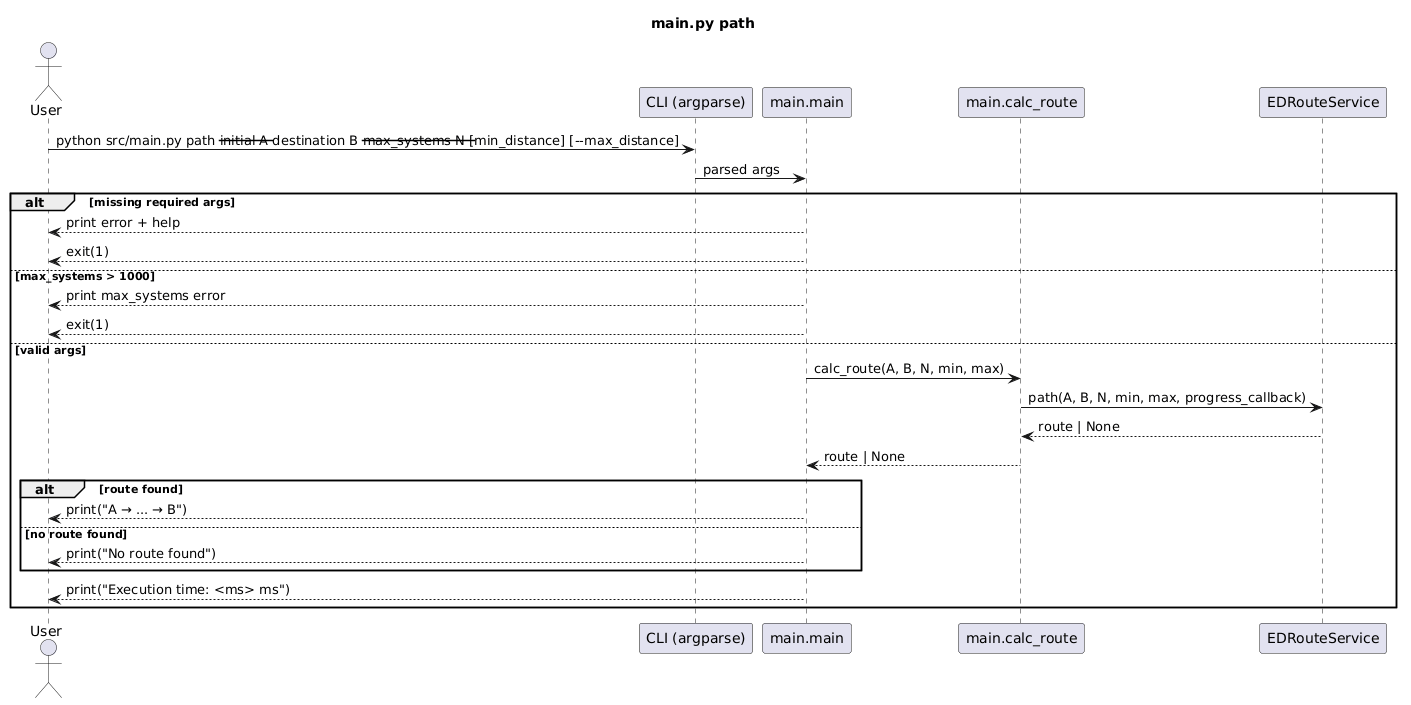
Above: docs/main_sequences/main_path.png in fazleskhan/elite_dangerous_discord_tools (PlantUML), before the change. Source of this version:
```plantuml
@startuml
title main.py path
actor User
participant "CLI (argparse)" as CLI
participant "main.main" as Main
participant "main.calc_route" as CalcRoute
participant "EDRouteService" as Route

User -> CLI : python src/main.py path --initial A --destination B --max_systems N [--min_distance] [--max_distance]
CLI -> Main : parsed args

alt missing required args
  Main --> User : print error + help
  Main --> User : exit(1)
else max_systems > 1000
  Main --> User : print max_systems error
  Main --> User : exit(1)
else valid args
  Main -> CalcRoute : calc_route(A, B, N, min, max)
  CalcRoute -> Route : path(A, B, N, min, max, progress_callback)
  Route --> CalcRoute : route | None
  CalcRoute --> Main : route | None
  alt route found
    Main --> User : print("A → ... → B")
  else no route found
    Main --> User : print("No route found")
  end
  Main --> User : print("Execution time: <ms> ms")
end
@enduml
```
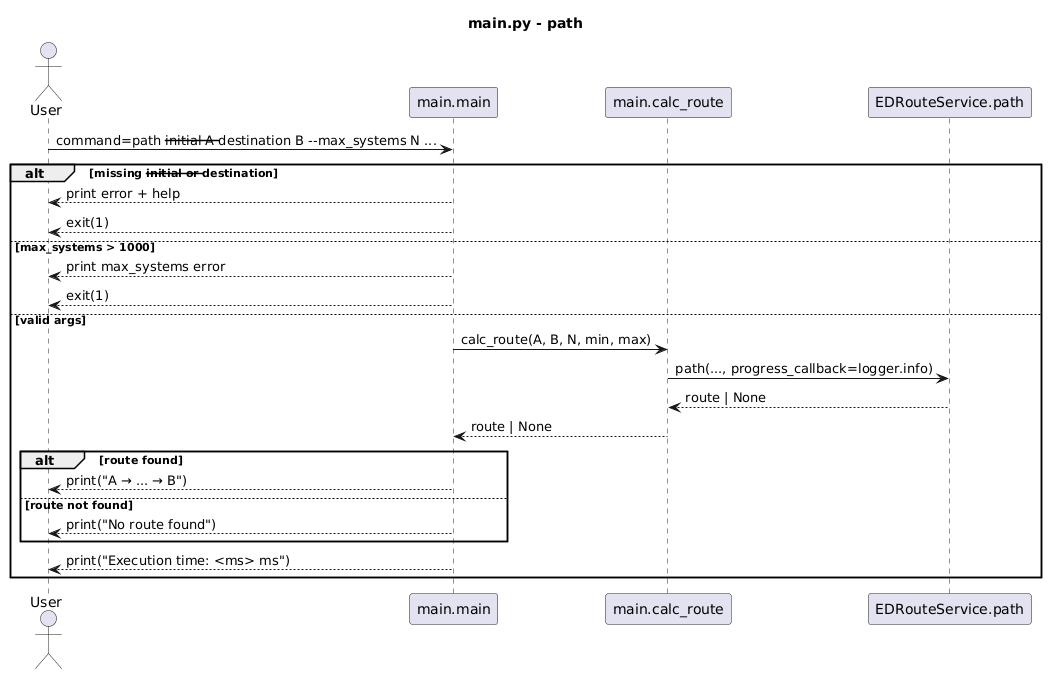
After the change.

Change to the diagram source:
```diff
@@ -1,15 +1,13 @@
 @startuml
-title main.py path
+title main.py - path
+
 actor User
-participant "CLI (argparse)" as CLI
 participant "main.main" as Main
 participant "main.calc_route" as CalcRoute
-participant "EDRouteService" as Route
+participant "EDRouteService.path" as Route
 
-User -> CLI : python src/main.py path --initial A --destination B --max_systems N [--min_distance] [--max_distance]
-CLI -> Main : parsed args
-
-alt missing required args
+User -> Main : command=path --initial A --destination B --max_systems N ...
+alt missing --initial or --destination
   Main --> User : print error + help
   Main --> User : exit(1)
 else max_systems > 1000
@@ -17,12 +15,12 @@
   Main --> User : exit(1)
 else valid args
   Main -> CalcRoute : calc_route(A, B, N, min, max)
-  CalcRoute -> Route : path(A, B, N, min, max, progress_callback)
+  CalcRoute -> Route : path(..., progress_callback=logger.info)
   Route --> CalcRoute : route | None
   CalcRoute --> Main : route | None
   alt route found
     Main --> User : print("A → ... → B")
-  else no route found
+  else route not found
     Main --> User : print("No route found")
   end
   Main --> User : print("Execution time: <ms> ms")
```
